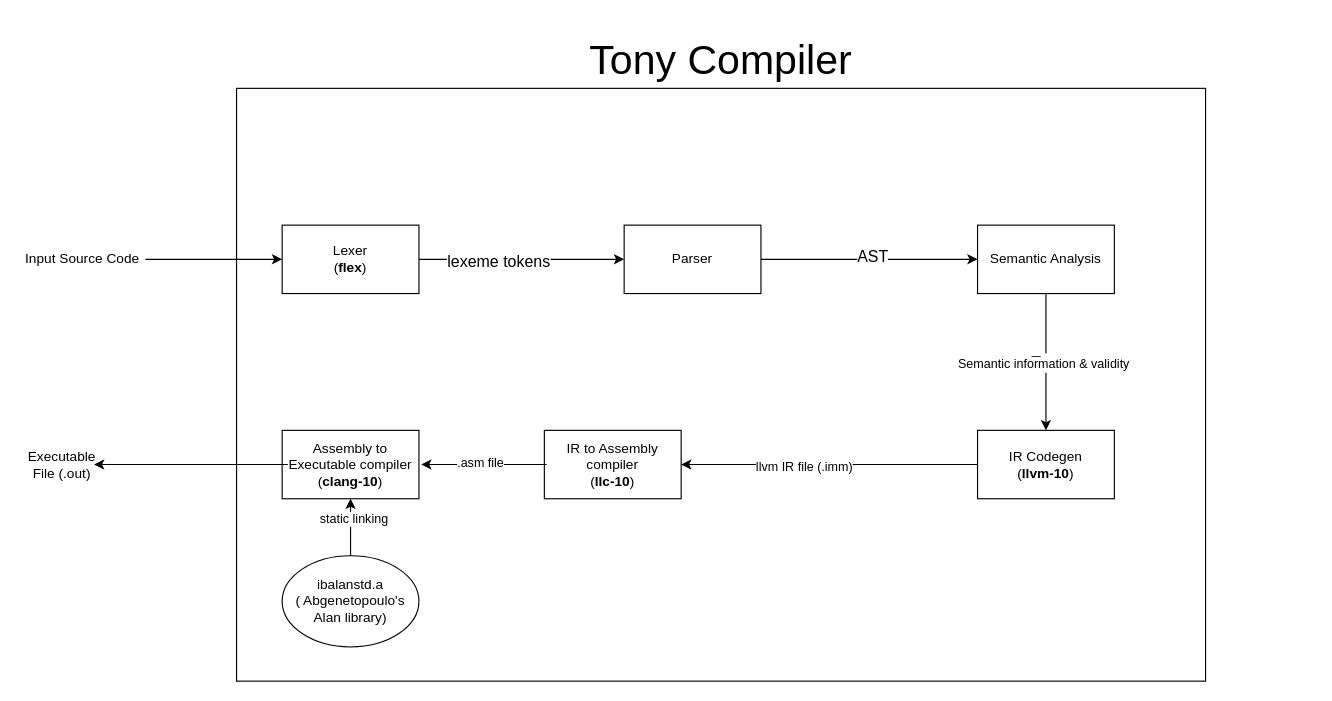
spyrospav/tonyc-ntua keeps this draw.io diagram as docs/general_arch.drawio. Above is the earlier version. Source tidied: cells renumbered, new cells numbered last; positions are measured from the earlier drawing's top-left corner, leaving out a move shared by most shapes. Both pictures are drawn from the tidied source at 114%, with x=0, y=0 at pixel (19, 19).
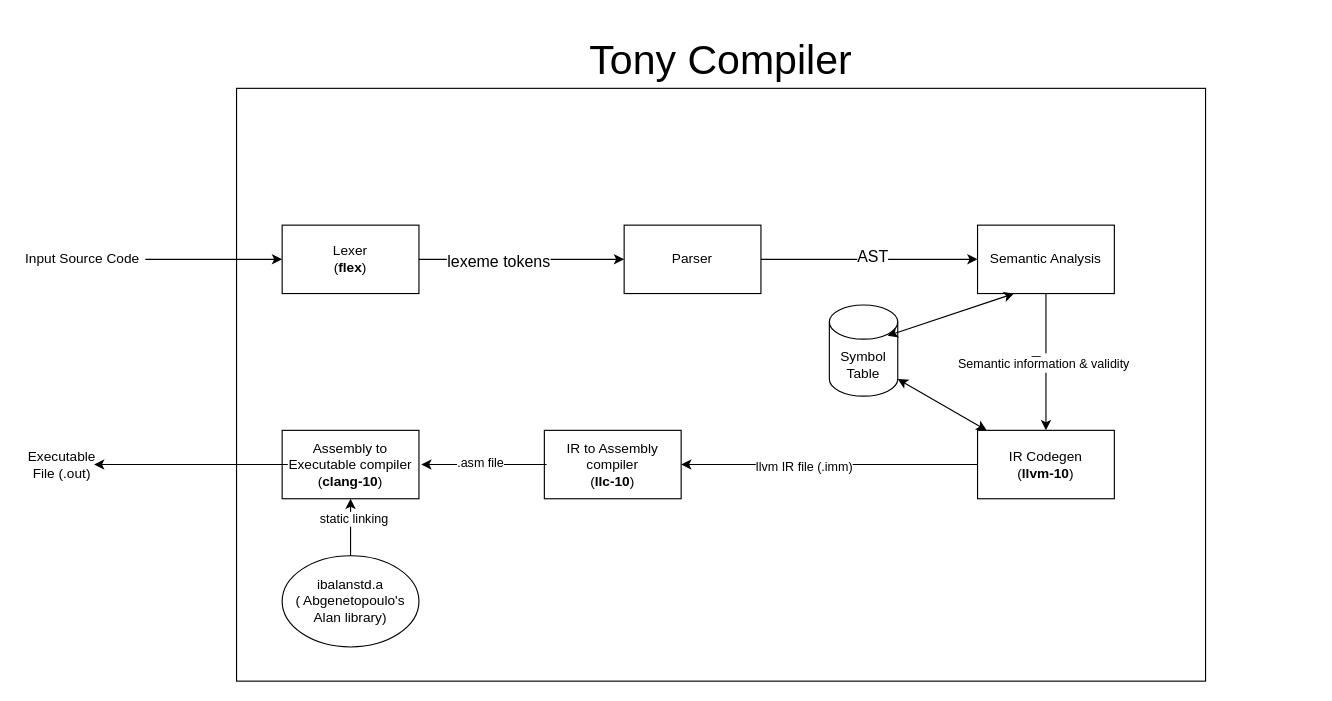
After the change.

Unchanged cells that the change refers to:
```xml
<mxCell id="8" value="IR Codegen&lt;br&gt;(&lt;b&gt;llvm-10&lt;/b&gt;)" style="rounded=0;whiteSpace=wrap;html=1;fillColor=#FFFFFF;" parent="1" vertex="1">
  <mxGeometry x="840" y="360" width="120" height="60" as="geometry" />
</mxCell>
```

The edit, as a diff of the source:
```diff
@@
+    <mxCell id="29" value="Symbol&lt;br&gt;Table" style="shape=cylinder3;whiteSpace=wrap;html=1;boundedLbl=1;backgroundOutline=1;size=15;" parent="1" vertex="1">
+      <mxGeometry x="710" y="250" width="60" height="80" as="geometry" />
+    </mxCell>
+    <mxCell id="30" style="endArrow=classic;startArrow=classic;html=1;entryX=0.25;entryY=1;entryDx=0;entryDy=0;exitX=0.817;exitY=0.338;exitDx=0;exitDy=0;exitPerimeter=0;" parent="1" edge="1">
+      <mxGeometry relative="1" as="geometry">
+        <mxPoint x="761" y="277" as="sourcePoint" />
+        <mxPoint x="872" y="240" as="targetPoint" />
+      </mxGeometry>
+    </mxCell>
+    <mxCell id="31" style="endArrow=classic;startArrow=classic;html=1;exitX=1;exitY=1;exitDx=0;exitDy=-15;exitPerimeter=0;" parent="1" edge="1" source="29" target="8">
+      <mxGeometry relative="1" as="geometry" />
+    </mxCell>
```
